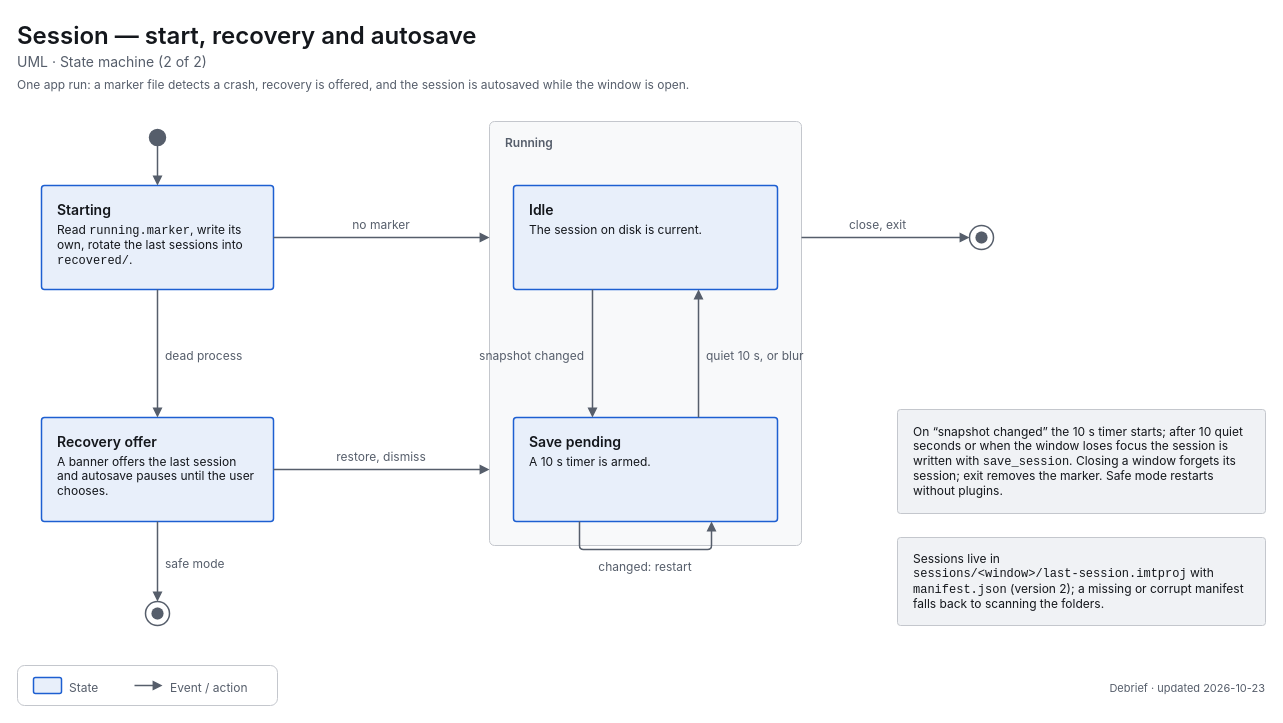
This is docs/diagrams/uml-state-session.drawio from decryp7/integrated_maintenance_tool, a draw.io file, before an edit. Source tidied: cells renumbered, new cells numbered last; positions are measured from the earlier drawing's top-left corner, leaving out a move shared by most shapes. Both pictures are drawn from the tidied source at 100%, with x=0, y=0 at pixel (17, 17).
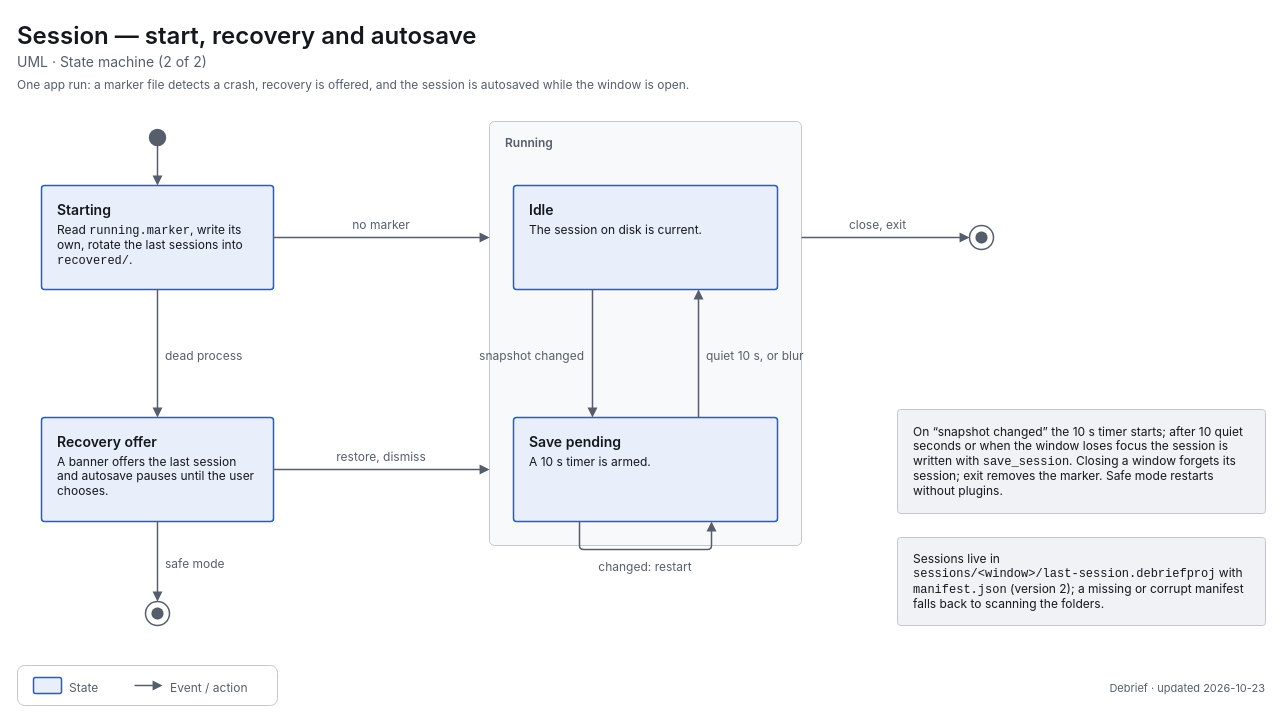
The same diagram, later.

The edit, as a diff of the source:
```diff
@@
-    <mxCell id="33" value="&lt;span style=&quot;font-size:12px&quot;&gt;Sessions live in &lt;span style=&quot;font-family:ui-monospace,SF Mono,Cascadia Mono,Consolas,monospace;white-space:nowrap&quot;&gt;sessions/&amp;lt;window&amp;gt;/last-session.imtproj&lt;/span&gt; with &lt;span style=&quot;font-family:ui-monospace,SF Mono,Cascadia Mono,Consolas,monospace;white-space:nowrap&quot;&gt;manifest.json&lt;/span&gt; (version 2); a missing or corrupt manifest falls back to scanning the folders.&lt;/span&gt;" style="html=1;whiteSpace=wrap;fontFamily=-apple-system,BlinkMacSystemFont,Segoe UI,system-ui,sans-serif;fontSize=12;fontColor=light-dark(#14171C,#ECEEF1);rounded=1;absoluteArcSize=1;arcSize=6;strokeWidth=1;strokeColor=light-dark(#C4C7CD,#353A42);fillColor=light-dark(#F0F2F5,#1B1E23);align=left;verticalAlign=middle;spacingLeft=14;spacingRight=14;" parent="1" vertex="1">
+    <mxCell id="33" value="&lt;span style=&quot;font-size:12px&quot;&gt;Sessions live in &lt;span style=&quot;font-family:ui-monospace,SF Mono,Cascadia Mono,Consolas,monospace;white-space:nowrap&quot;&gt;sessions/&amp;lt;window&amp;gt;/last-session.debriefproj&lt;/span&gt; with &lt;span style=&quot;font-family:ui-monospace,SF Mono,Cascadia Mono,Consolas,monospace;white-space:nowrap&quot;&gt;manifest.json&lt;/span&gt; (version 2); a missing or corrupt manifest falls back to scanning the folders.&lt;/span&gt;" style="html=1;whiteSpace=wrap;fontFamily=-apple-system,BlinkMacSystemFont,Segoe UI,system-ui,sans-serif;fontSize=12;fontColor=light-dark(#14171C,#ECEEF1);rounded=1;absoluteArcSize=1;arcSize=6;strokeWidth=1;strokeColor=light-dark(#C4C7CD,#353A42);fillColor=light-dark(#F0F2F5,#1B1E23);align=left;verticalAlign=middle;spacingLeft=14;spacingRight=14;" parent="1" vertex="1">
       <mxGeometry x="880" y="520" width="368" height="88" as="geometry" />
     </mxCell>
```
